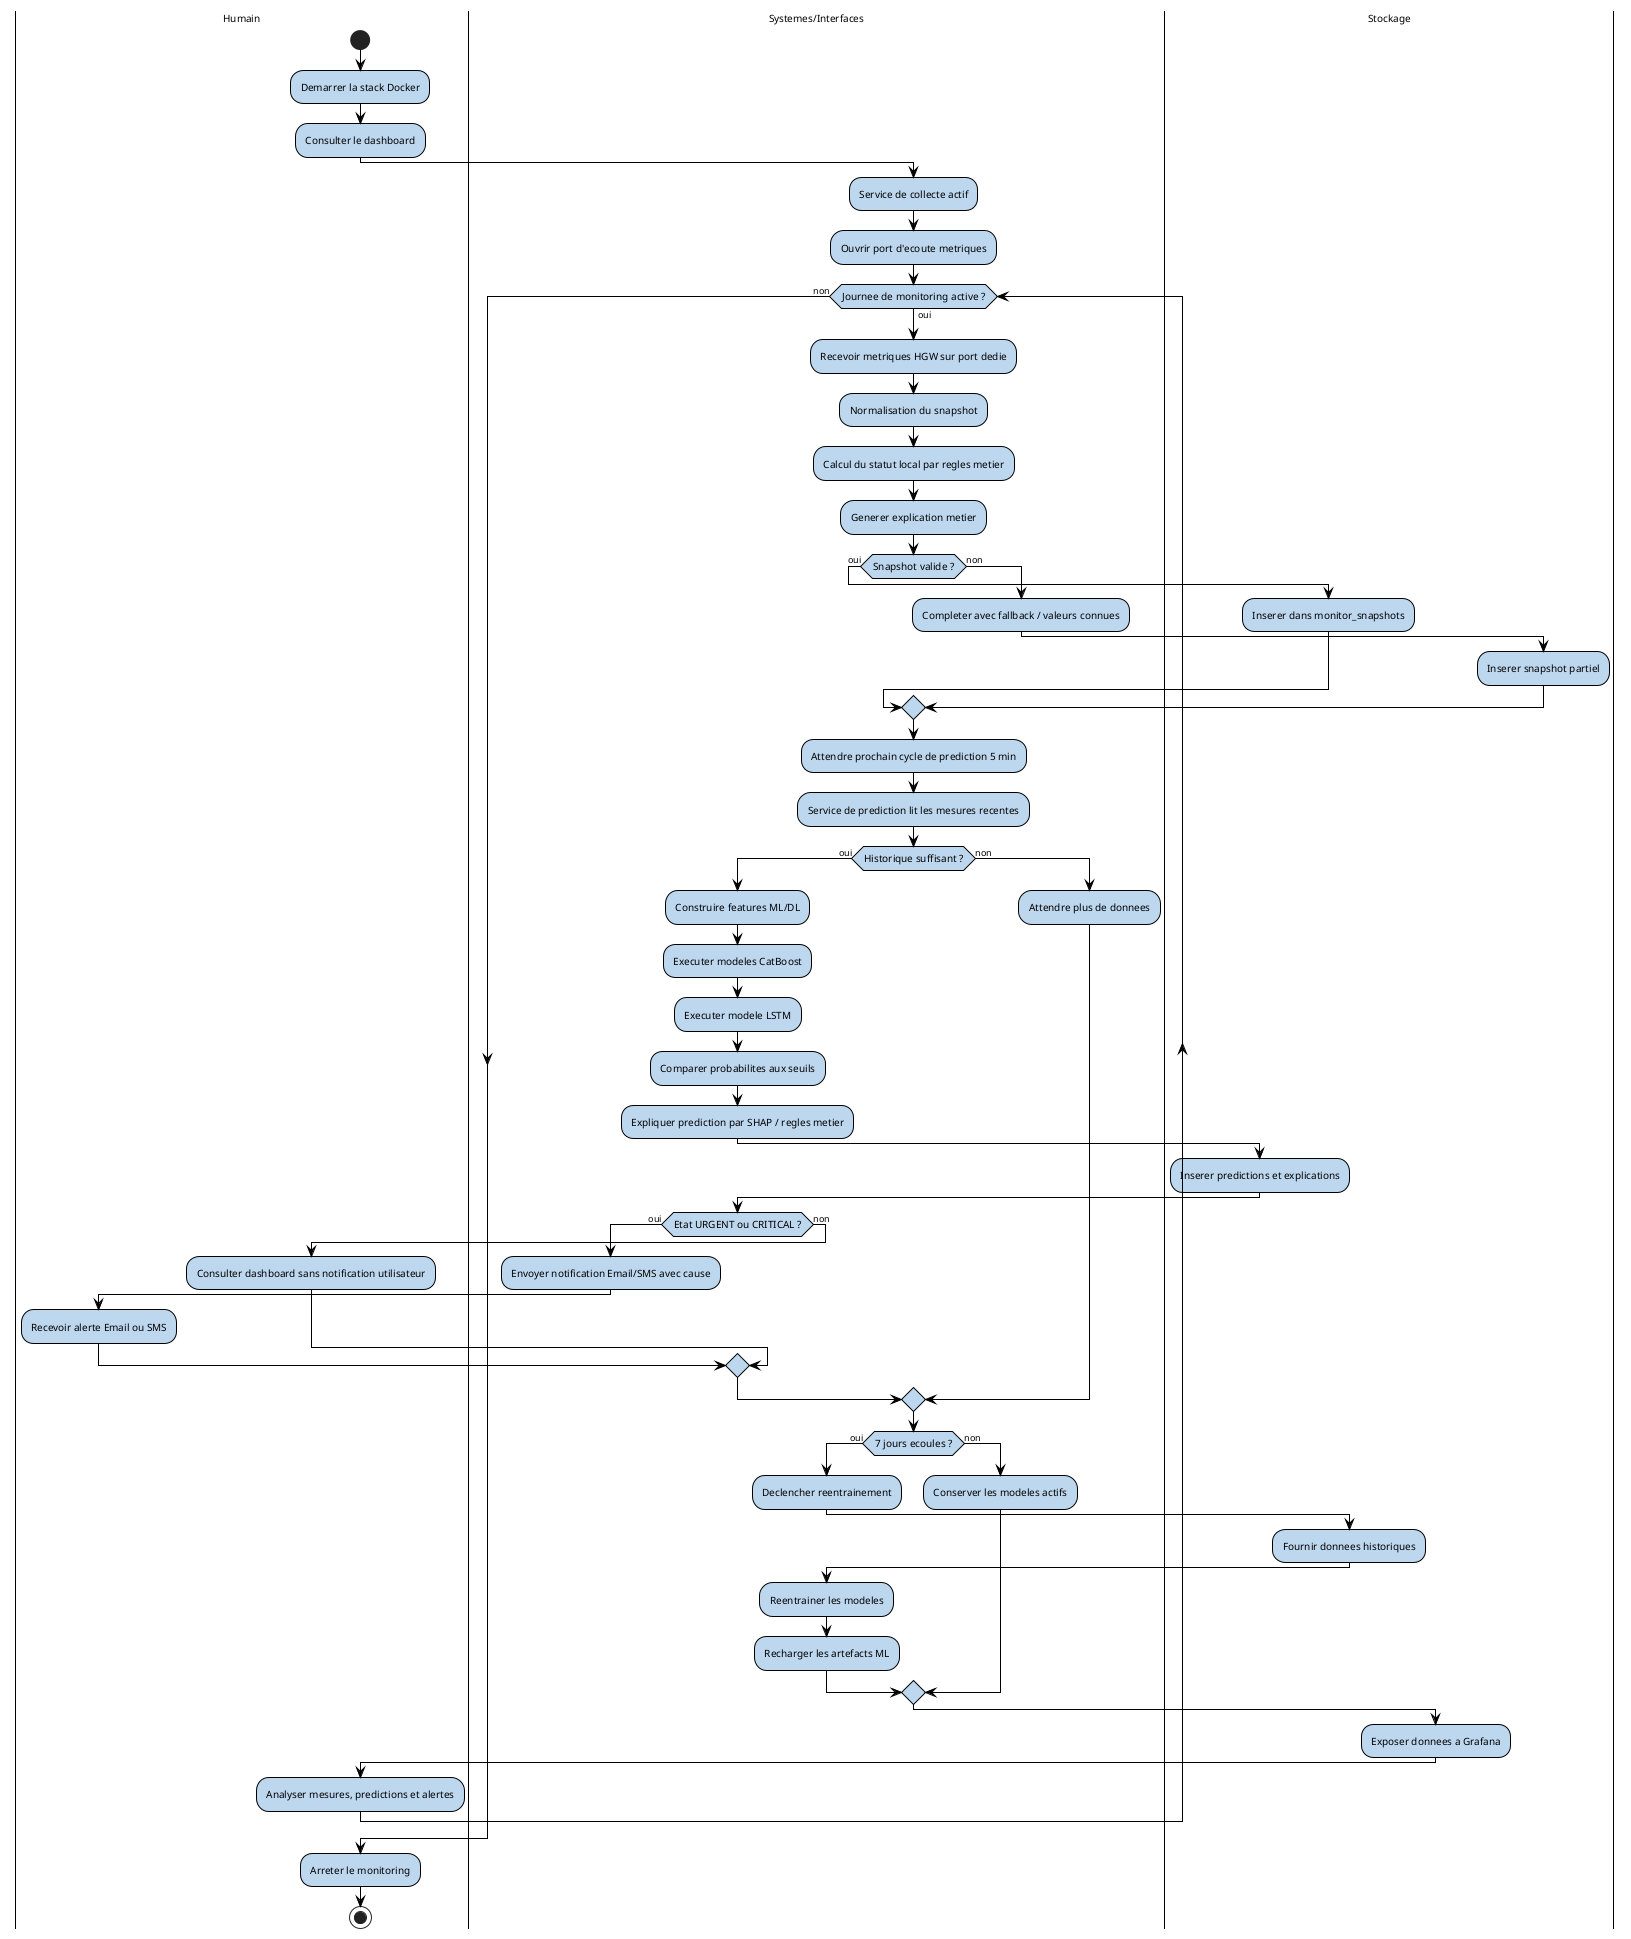
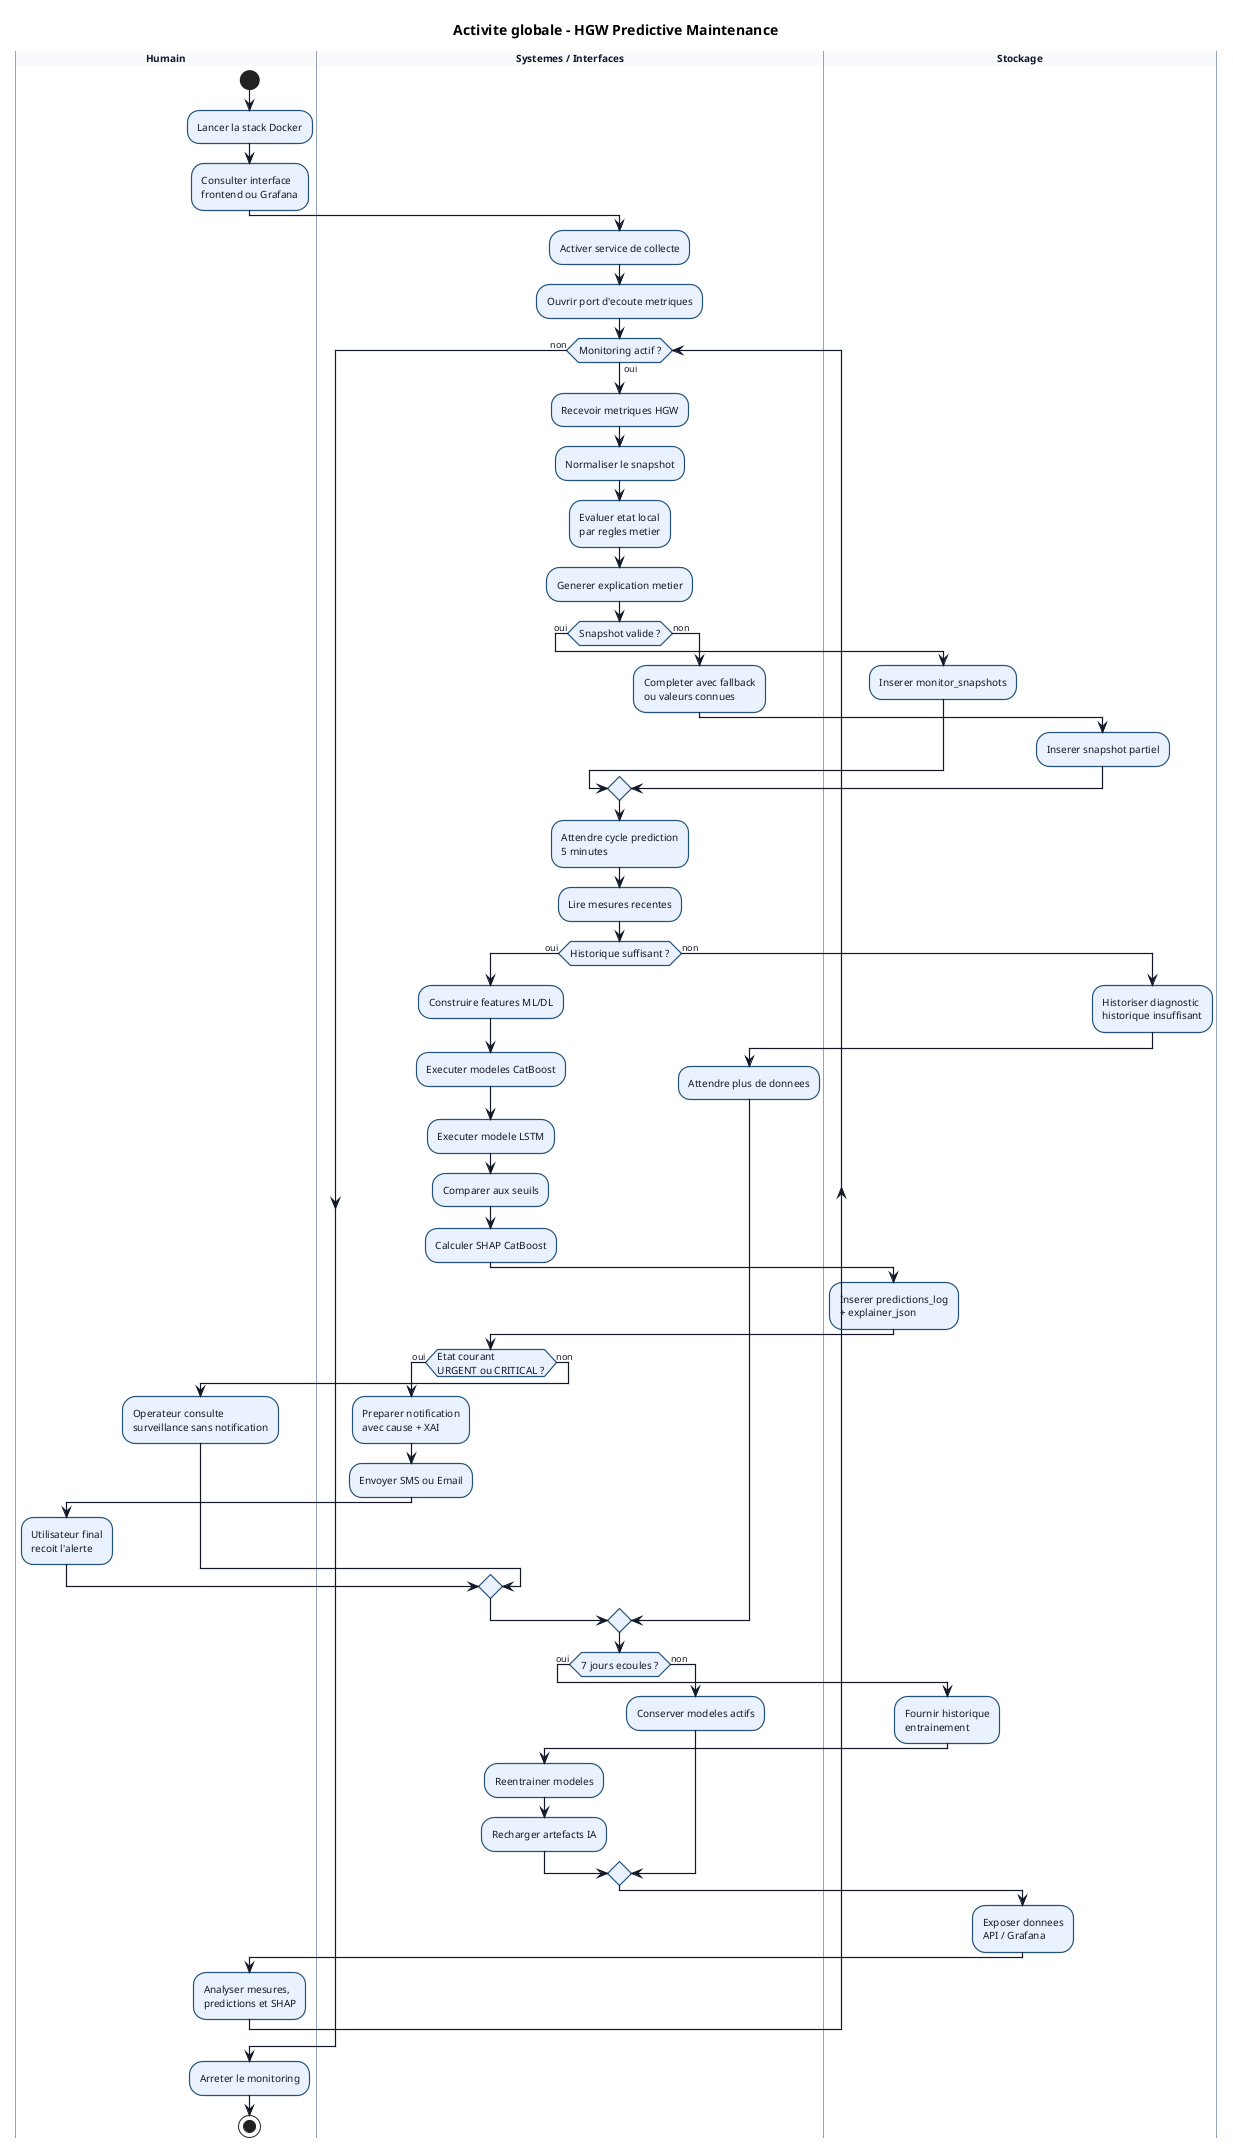
@startuml
+ title Activite globale - HGW Predictive Maintenance
+ 
skinparam backgroundColor #FFFFFF
skinparam defaultFontName Arial
skinparam defaultFontSize 10
+ skinparam shadowing false
skinparam Activity {
-     BackgroundColor #BDD7EE
-     BorderColor #000000
-     BorderThickness 1
-     FontColor #000000
-     FontSize 10
+   BackgroundColor #EAF2FF
+   BorderColor #24527A
+   BorderThickness 1.2
+   FontColor #111827
}
skinparam Diamond {
-     BackgroundColor #BDD7EE
-     BorderColor #000000
-     FontColor #000000
+   BackgroundColor #FFF7ED
+   BorderColor #C2410C
+   FontColor #111827
}
skinparam Arrow {
-     Color #000000
-     FontColor #000000
-     FontSize 9
-     Thickness 1
+   Color #111827
+   FontColor #111827
+   FontSize 9
+   Thickness 1.2
}
skinparam Swimlane {
-     BackgroundColor #FFFFFF
-     BorderColor #000000
-     BorderThickness 1
-     TitleBackgroundColor #FFFFFF
-     TitleFontStyle plain
+   BackgroundColor #FFFFFF
+   BorderColor #94A3B8
+   BorderThickness 1
+   TitleBackgroundColor #F8FAFC
+   TitleFontStyle bold
+   TitleFontColor #0F172A
}

|Humain|
start
- :Demarrer la stack Docker;
- :Consulter le dashboard;
+ :Lancer la stack Docker;
+ :Consulter interface\nfrontend ou Grafana;

- |Systemes/Interfaces|
- :Service de collecte actif;
+ |Systemes / Interfaces|
+ :Activer service de collecte;
:Ouvrir port d'ecoute metriques;

- while (Journee de monitoring active ?) is (oui)
-     |Systemes/Interfaces|
-     :Recevoir metriques HGW sur port dedie;
-     :Normalisation du snapshot;
-     :Calcul du statut local par regles metier;
-     :Generer explication metier;
+ while (Monitoring actif ?) is (oui)
+   |Systemes / Interfaces|
+   :Recevoir metriques HGW;
+   :Normaliser le snapshot;
+   :Evaluer etat local\npar regles metier;
+   :Generer explication metier;

-     if (Snapshot valide ?) then (oui)
-         |Stockage|
-         :Inserer dans monitor_snapshots;
-     else (non)
-         |Systemes/Interfaces|
-         :Completer avec fallback / valeurs connues;
-         |Stockage|
-         :Inserer snapshot partiel;
-     endif
+   if (Snapshot valide ?) then (oui)
+     |Stockage|
+     :Inserer monitor_snapshots;
+   else (non)
+     |Systemes / Interfaces|
+     :Completer avec fallback\nou valeurs connues;
+     |Stockage|
+     :Inserer snapshot partiel;
+   endif

-     |Systemes/Interfaces|
-     :Attendre prochain cycle de prediction 5 min;
-     :Service de prediction lit les mesures recentes;
+   |Systemes / Interfaces|
+   :Attendre cycle prediction\n5 minutes;
+   :Lire mesures recentes;

-     if (Historique suffisant ?) then (oui)
-         :Construire features ML/DL;
-         :Executer modeles CatBoost;
-         :Executer modele LSTM;
-         :Comparer probabilites aux seuils;
-         :Expliquer prediction par SHAP / regles metier;
- 
-         |Stockage|
-         :Inserer predictions et explications;
- 
-         |Systemes/Interfaces|
-         if (Etat URGENT ou CRITICAL ?) then (oui)
-             :Envoyer notification Email/SMS avec cause;
-             |Humain|
-             :Recevoir alerte Email ou SMS;
-         else (non)
-             |Humain|
-             :Consulter dashboard sans notification utilisateur;
-         endif
-     else (non)
-         |Systemes/Interfaces|
-         :Attendre plus de donnees;
-     endif
- 
-     |Systemes/Interfaces|
-     if (7 jours ecoules ?) then (oui)
-         :Declencher reentrainement;
-         |Stockage|
-         :Fournir donnees historiques;
-         |Systemes/Interfaces|
-         :Reentrainer les modeles;
-         :Recharger les artefacts ML;
-     else (non)
-         :Conserver les modeles actifs;
-     endif
+   if (Historique suffisant ?) then (oui)
+     :Construire features ML/DL;
+     :Executer modeles CatBoost;
+     :Executer modele LSTM;
+     :Comparer aux seuils;
+     :Calculer SHAP CatBoost;

    |Stockage|
-     :Exposer donnees a Grafana;
+     :Inserer predictions_log\n+ explainer_json;

-     |Humain|
-     :Analyser mesures, predictions et alertes;
+     |Systemes / Interfaces|
+     if (Etat courant\nURGENT ou CRITICAL ?) then (oui)
+       :Preparer notification\navec cause + XAI;
+       :Envoyer SMS ou Email;
+       |Humain|
+       :Utilisateur final\nrecoit l'alerte;
+     else (non)
+       |Humain|
+       :Operateur consulte\nsurveillance sans notification;
+     endif
+   else (non)
+     |Stockage|
+     :Historiser diagnostic\nhistorique insuffisant;
+     |Systemes / Interfaces|
+     :Attendre plus de donnees;
+   endif
+ 
+   |Systemes / Interfaces|
+   if (7 jours ecoules ?) then (oui)
+     |Stockage|
+     :Fournir historique\nentrainement;
+     |Systemes / Interfaces|
+     :Reentrainer modeles;
+     :Recharger artefacts IA;
+   else (non)
+     :Conserver modeles actifs;
+   endif
+ 
+   |Stockage|
+   :Exposer donnees\nAPI / Grafana;
+ 
+   |Humain|
+   :Analyser mesures,\npredictions et SHAP;
endwhile (non)

|Humain|
:Arreter le monitoring;
stop
+ 
@enduml
